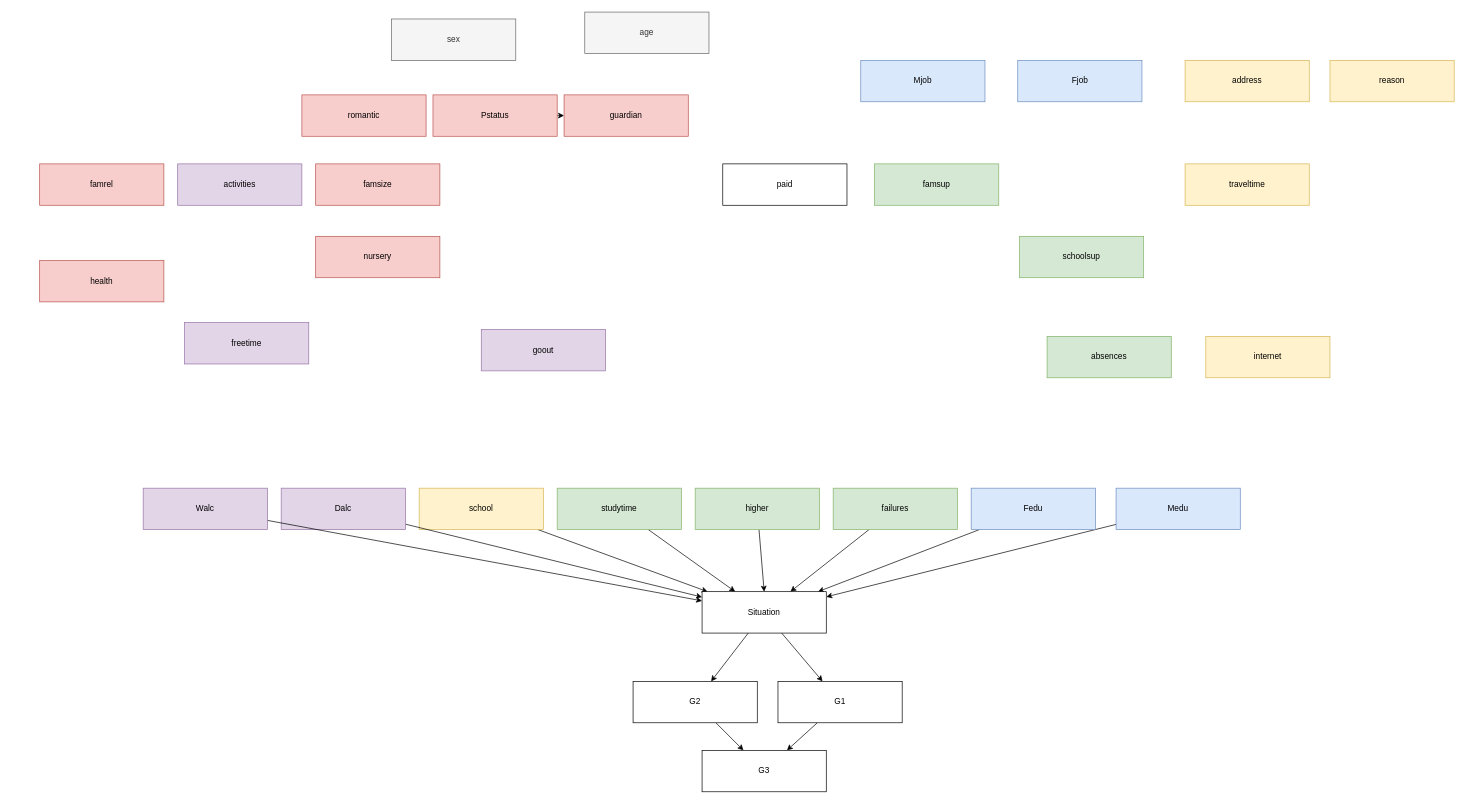
The draw.io diagram page "Minimal" (3 of 3) of doc/graph.drawio in Super-T02/ki-bayesian-networks, before the edit. Source tidied: cells renumbered, new cells numbered last; positions are measured from the earlier drawing's top-left corner, leaving out a move shared by most shapes. Both pictures are drawn from the tidied source at 69%, with x=0, y=0 at pixel (39, 12).
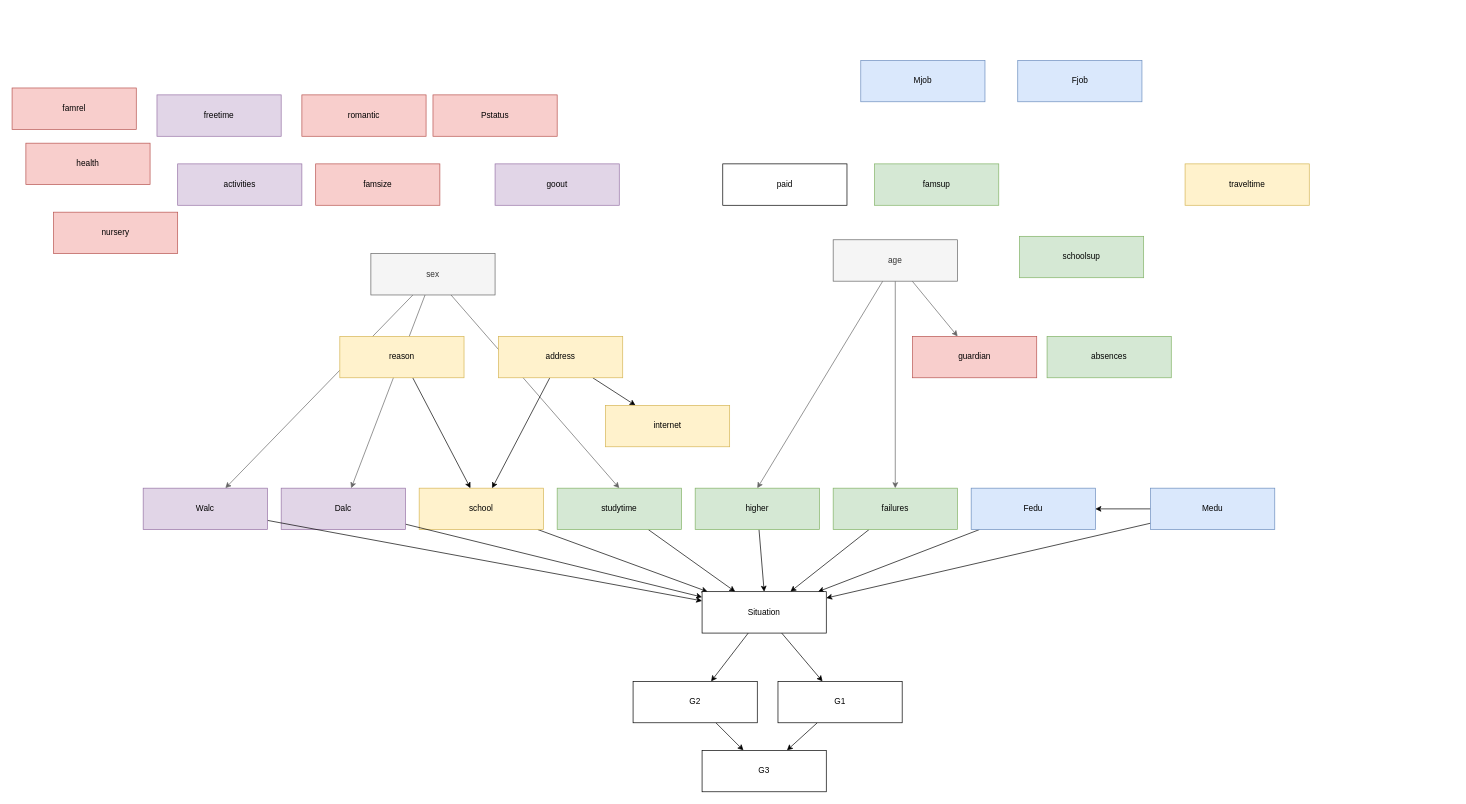
The same page after the edit.

Unchanged cells that the change refers to:
```xml
<mxCell id="3" value="school" style="rounded=0;whiteSpace=wrap;html=1;fillColor=#fff2cc;strokeColor=#d6b656;" parent="1" vertex="1">
  <mxGeometry x="550" y="690" width="180" height="60" as="geometry" />
</mxCell>
<mxCell id="9" value="Pstatus" style="rounded=0;whiteSpace=wrap;html=1;fillColor=#f8cecc;strokeColor=#b85450;" parent="1" vertex="1">
  <mxGeometry x="570" y="120" width="180" height="60" as="geometry" />
</mxCell>
<mxCell id="15" value="Fedu" style="rounded=0;whiteSpace=wrap;html=1;fillColor=#dae8fc;strokeColor=#6c8ebf;" parent="1" vertex="1">
  <mxGeometry x="1350" y="690" width="180" height="60" as="geometry" />
</mxCell>
<mxCell id="20" value="studytime" style="rounded=0;whiteSpace=wrap;html=1;fillColor=#d5e8d4;strokeColor=#82b366;" parent="1" vertex="1">
  <mxGeometry x="750" y="690" width="180" height="60" as="geometry" />
</mxCell>
<mxCell id="22" value="failures" style="rounded=0;whiteSpace=wrap;html=1;fillColor=#d5e8d4;strokeColor=#82b366;" parent="1" vertex="1">
  <mxGeometry x="1150" y="690" width="180" height="60" as="geometry" />
</mxCell>
<mxCell id="28" value="higher" style="rounded=0;whiteSpace=wrap;html=1;fillColor=#d5e8d4;strokeColor=#82b366;" parent="1" vertex="1">
  <mxGeometry x="950" y="690" width="180" height="60" as="geometry" />
</mxCell>
<mxCell id="35" value="Dalc" style="rounded=0;whiteSpace=wrap;html=1;fillColor=#e1d5e7;strokeColor=#9673a6;" parent="1" vertex="1">
  <mxGeometry x="350" y="690" width="180" height="60" as="geometry" />
</mxCell>
<mxCell id="37" value="Walc" style="rounded=0;whiteSpace=wrap;html=1;fillColor=#e1d5e7;strokeColor=#9673a6;" parent="1" vertex="1">
  <mxGeometry x="150" y="690" width="180" height="60" as="geometry" />
</mxCell>
```

The edit, as a diff of the source:
```diff
@@
+    <mxCell id="49" style="edgeStyle=none;rounded=0;jettySize=auto;html=1;entryX=0.5;entryY=0;entryDx=0;entryDy=0;fillColor=#f5f5f5;strokeColor=#666666;" parent="1" edge="1" source="4" target="20">
+      <mxGeometry relative="1" as="geometry" />
+    </mxCell>
+    <mxCell id="50" style="edgeStyle=none;rounded=0;jettySize=auto;html=1;fillColor=#f5f5f5;strokeColor=#666666;" parent="1" edge="1" source="4" target="35">
+      <mxGeometry relative="1" as="geometry" />
+    </mxCell>
+    <mxCell id="51" style="edgeStyle=none;rounded=0;jettySize=auto;html=1;fillColor=#f5f5f5;strokeColor=#666666;" parent="1" edge="1" source="4" target="37">
+      <mxGeometry relative="1" as="geometry" />
+    </mxCell>
     <mxCell id="4" value="sex" style="rounded=0;whiteSpace=wrap;html=1;fillColor=#f5f5f5;fontColor=#333333;strokeColor=#666666;" parent="1" vertex="1">
-      <mxGeometry x="510" y="10" width="180" height="60" as="geometry" />
+      <mxGeometry x="480" y="350" width="180" height="60" as="geometry" />
     </mxCell>
+    <mxCell id="52" style="edgeStyle=none;rounded=0;jettySize=auto;html=1;entryX=0.5;entryY=0;entryDx=0;entryDy=0;fillColor=#f5f5f5;strokeColor=#666666;" parent="1" edge="1" source="5" target="22">
+      <mxGeometry relative="1" as="geometry" />
+    </mxCell>
+    <mxCell id="53" style="edgeStyle=none;rounded=0;jettySize=auto;html=1;fillColor=#f5f5f5;strokeColor=#666666;" parent="1" edge="1" source="5" target="17">
+      <mxGeometry relative="1" as="geometry" />
+    </mxCell>
+    <mxCell id="54" style="edgeStyle=none;rounded=0;jettySize=auto;html=1;entryX=0.5;entryY=0;entryDx=0;entryDy=0;fillColor=#f5f5f5;strokeColor=#666666;" parent="1" edge="1" source="5" target="28">
+      <mxGeometry relative="1" as="geometry" />
+    </mxCell>
     <mxCell id="5" value="age" style="rounded=0;whiteSpace=wrap;html=1;fillColor=#f5f5f5;fontColor=#333333;strokeColor=#666666;" parent="1" vertex="1">
-      <mxGeometry x="790" width="180" height="60" as="geometry" />
+      <mxGeometry x="1150" y="330" width="180" height="60" as="geometry" />
     </mxCell>
+    <mxCell id="55" style="edgeStyle=none;rounded=0;jettySize=auto;html=1;" parent="1" edge="1" source="6" target="3">
+      <mxGeometry relative="1" as="geometry" />
+    </mxCell>
+    <mxCell id="56" style="edgeStyle=none;rounded=0;jettySize=auto;html=1;" parent="1" edge="1" source="6" target="29">
+      <mxGeometry relative="1" as="geometry" />
+    </mxCell>
     <mxCell id="6" value="address" style="rounded=0;whiteSpace=wrap;html=1;fillColor=#fff2cc;strokeColor=#d6b656;" parent="1" vertex="1">
-      <mxGeometry x="1660" y="70" width="180" height="60" as="geometry" />
+      <mxGeometry x="665" y="470" width="180" height="60" as="geometry" />
     </mxCell>
@@
-    <mxCell id="8" style="edgeStyle=none;rounded=0;jettySize=auto;html=1;entryX=0;entryY=0.5;entryDx=0;entryDy=0;" parent="1" edge="1" source="9" target="17">
-      <mxGeometry relative="1" as="geometry" />
-    </mxCell>
@@
+    <mxCell id="57" style="edgeStyle=none;rounded=0;jettySize=auto;html=1;" parent="1" edge="1" source="13" target="15">
+      <mxGeometry relative="1" as="geometry" />
+    </mxCell>
     <mxCell id="13" value="Medu" style="rounded=0;whiteSpace=wrap;html=1;fillColor=#dae8fc;strokeColor=#6c8ebf;" parent="1" vertex="1">
-      <mxGeometry x="1560" y="690" width="180" height="60" as="geometry" />
+      <mxGeometry x="1610" y="690" width="180" height="60" as="geometry" />
     </mxCell>
@@
+    <mxCell id="58" style="edgeStyle=none;rounded=0;jettySize=auto;html=1;" parent="1" edge="1" source="16" target="3">
+      <mxGeometry relative="1" as="geometry" />
+    </mxCell>
     <mxCell id="16" value="reason" style="rounded=0;whiteSpace=wrap;html=1;fillColor=#fff2cc;strokeColor=#d6b656;" parent="1" vertex="1">
-      <mxGeometry x="1870" y="70" width="180" height="60" as="geometry" />
+      <mxGeometry x="435" y="470" width="180" height="60" as="geometry" />
     </mxCell>
     <mxCell id="17" value="guardian" style="rounded=0;whiteSpace=wrap;html=1;fillColor=#f8cecc;strokeColor=#b85450;" parent="1" vertex="1">
-      <mxGeometry x="760" y="120" width="180" height="60" as="geometry" />
+      <mxGeometry x="1265" y="470" width="180" height="60" as="geometry" />
     </mxCell>
@@
     <mxCell id="26" value="nursery" style="rounded=0;whiteSpace=wrap;html=1;fillColor=#f8cecc;strokeColor=#b85450;" parent="1" vertex="1">
-      <mxGeometry x="400" y="325" width="180" height="60" as="geometry" />
+      <mxGeometry x="20" y="290" width="180" height="60" as="geometry" />
     </mxCell>
@@
     <mxCell id="29" value="internet" style="rounded=0;whiteSpace=wrap;html=1;fillColor=#fff2cc;strokeColor=#d6b656;" parent="1" vertex="1">
-      <mxGeometry x="1690" y="470" width="180" height="60" as="geometry" />
+      <mxGeometry x="820" y="570" width="180" height="60" as="geometry" />
     </mxCell>
@@
     <mxCell id="31" value="famrel" style="rounded=0;whiteSpace=wrap;html=1;fillColor=#f8cecc;strokeColor=#b85450;" parent="1" vertex="1">
-      <mxGeometry y="220" width="180" height="60" as="geometry" />
+      <mxGeometry x="-40" y="110" width="180" height="60" as="geometry" />
     </mxCell>
     <mxCell id="32" value="freetime" style="rounded=0;whiteSpace=wrap;html=1;fillColor=#e1d5e7;strokeColor=#9673a6;" parent="1" vertex="1">
-      <mxGeometry x="210" y="450" width="180" height="60" as="geometry" />
+      <mxGeometry x="170" y="120" width="180" height="60" as="geometry" />
     </mxCell>
     <mxCell id="33" value="goout" style="rounded=0;whiteSpace=wrap;html=1;fillColor=#e1d5e7;strokeColor=#9673a6;" parent="1" vertex="1">
-      <mxGeometry x="640" y="460" width="180" height="60" as="geometry" />
+      <mxGeometry x="660" y="220" width="180" height="60" as="geometry" />
     </mxCell>
@@
     <mxCell id="38" value="health" style="rounded=0;whiteSpace=wrap;html=1;fillColor=#f8cecc;strokeColor=#b85450;" parent="1" vertex="1">
-      <mxGeometry y="360" width="180" height="60" as="geometry" />
+      <mxGeometry x="-20" y="190" width="180" height="60" as="geometry" />
     </mxCell>
```
